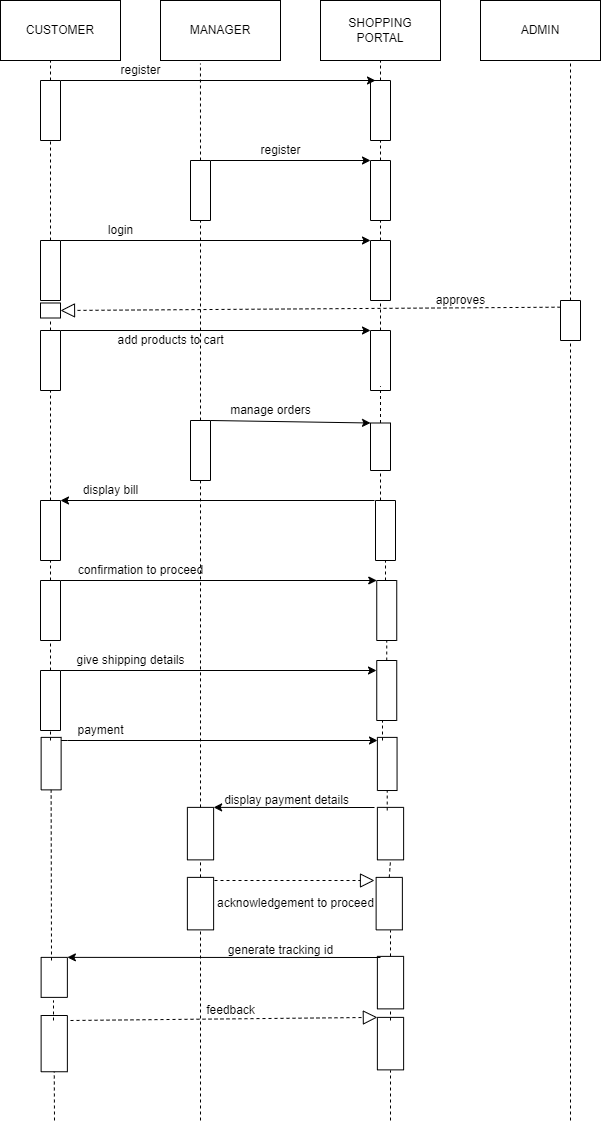
Before: DAY-10/QUESTION-2/SEQUENCE DIAGRAM.drawio.png, a diagram exported from draw.io (sneha-2000/ust-prograd-training). Source tidied: cells renumbered, new cells last; positions are measured from the earlier drawing's top-left corner, leaving out a move shared by most shapes.
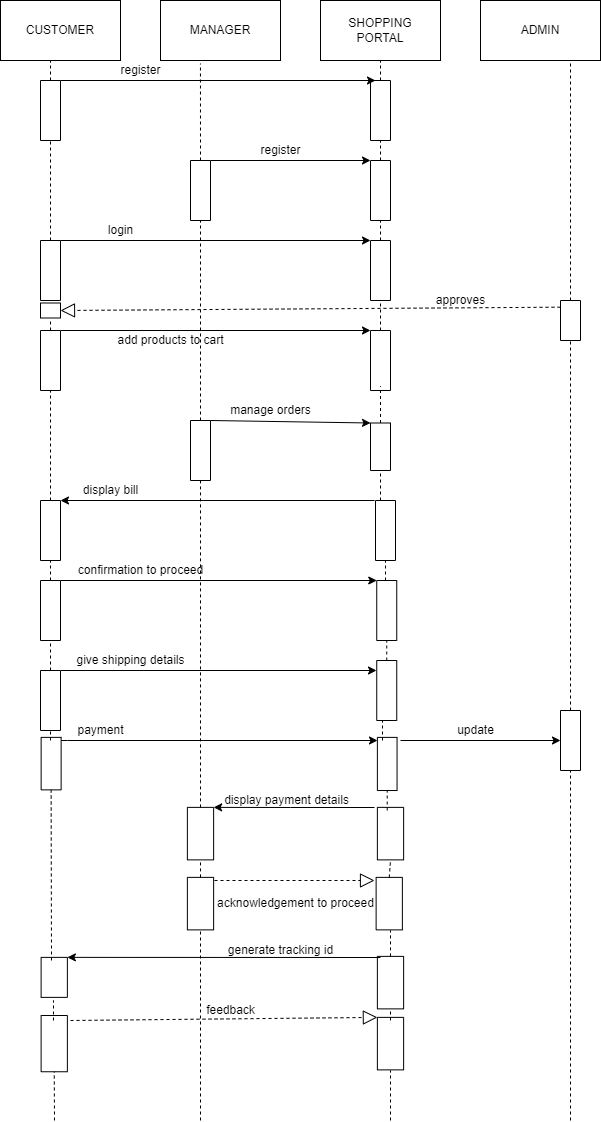
After the commit.

Diff of the diagram source:
```diff
@@ -379,9 +379,8 @@
     <mxCell id="90" style="endArrow=none;dashed=1;html=1;rounded=0;exitX=1;exitY=0.5;exitDx=0;exitDy=0;entryX=0.75;entryY=1;entryDx=0;entryDy=0;" parent="1" edge="1" source="58" target="5">
       <mxGeometry relative="1" as="geometry" />
     </mxCell>
-    <mxCell id="91" style="endArrow=none;dashed=1;html=1;rounded=0;" parent="1" edge="1">
+    <mxCell id="91" style="endArrow=none;dashed=1;html=1;rounded=0;startArrow=none;" parent="1" edge="1" source="94">
       <mxGeometry relative="1" as="geometry">
-        <mxPoint x="570" y="1120" as="sourcePoint" />
         <mxPoint x="570" y="340" as="targetPoint" />
       </mxGeometry>
     </mxCell>
@@ -390,5 +389,21 @@
         <mxPoint x="380" y="140" as="targetPoint" />
       </mxGeometry>
     </mxCell>
+    <mxCell id="93" style="endArrow=classic;html=1;rounded=0;" parent="1" edge="1" target="94">
+      <mxGeometry relative="1" as="geometry">
+        <mxPoint x="400" y="740" as="sourcePoint" />
+      </mxGeometry>
+    </mxCell>
+    <mxCell id="94" style="rounded=0;whiteSpace=wrap;html=1;direction=south;" parent="1" vertex="1">
+      <mxGeometry x="560" y="710" width="20" height="60" as="geometry" />
+    </mxCell>
+    <mxCell id="95" style="endArrow=none;dashed=1;html=1;rounded=0;" parent="1" edge="1" target="94">
+      <mxGeometry relative="1" as="geometry">
+        <mxPoint x="570" y="1120" as="sourcePoint" />
+      </mxGeometry>
+    </mxCell>
+    <mxCell id="96" value="update" style="text;html=1;align=center;verticalAlign=middle;strokeColor=none;fillColor=none;" parent="1" vertex="1">
+      <mxGeometry x="450" y="720" width="50" height="20" as="geometry" />
+    </mxCell>
   </root>
 </mxGraphModel>
```
